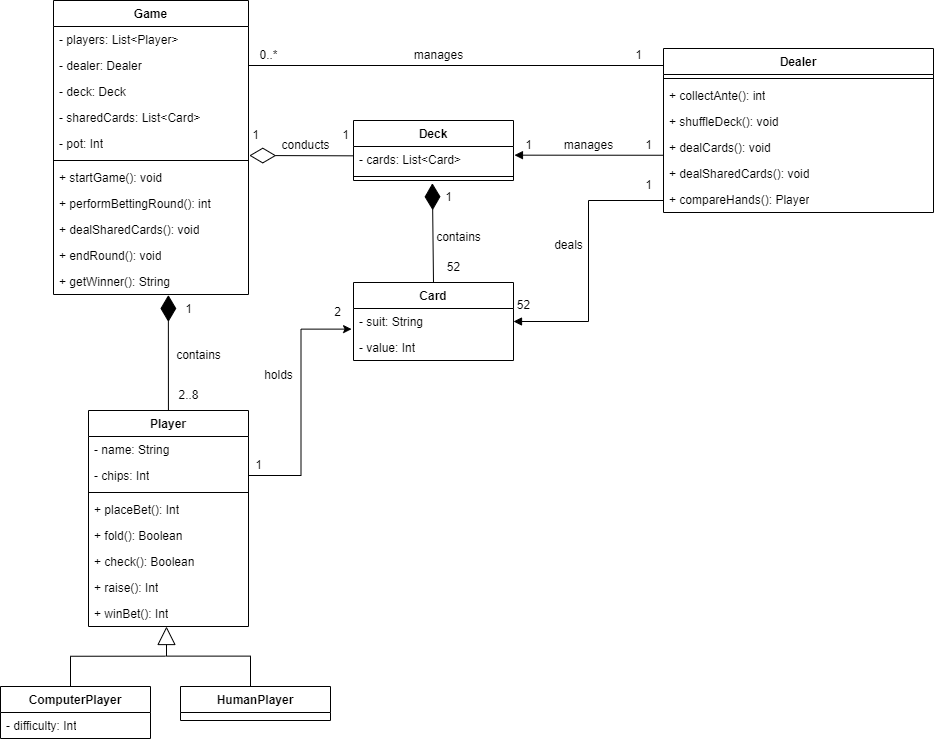
The draw.io diagram Texas.drawio.png in LarryChenCode/IS7020_diagrams, before a commit. Source tidied: cells renumbered, new cells last; positions are measured from the earlier drawing's top-left corner, leaving out a move shared by most shapes.
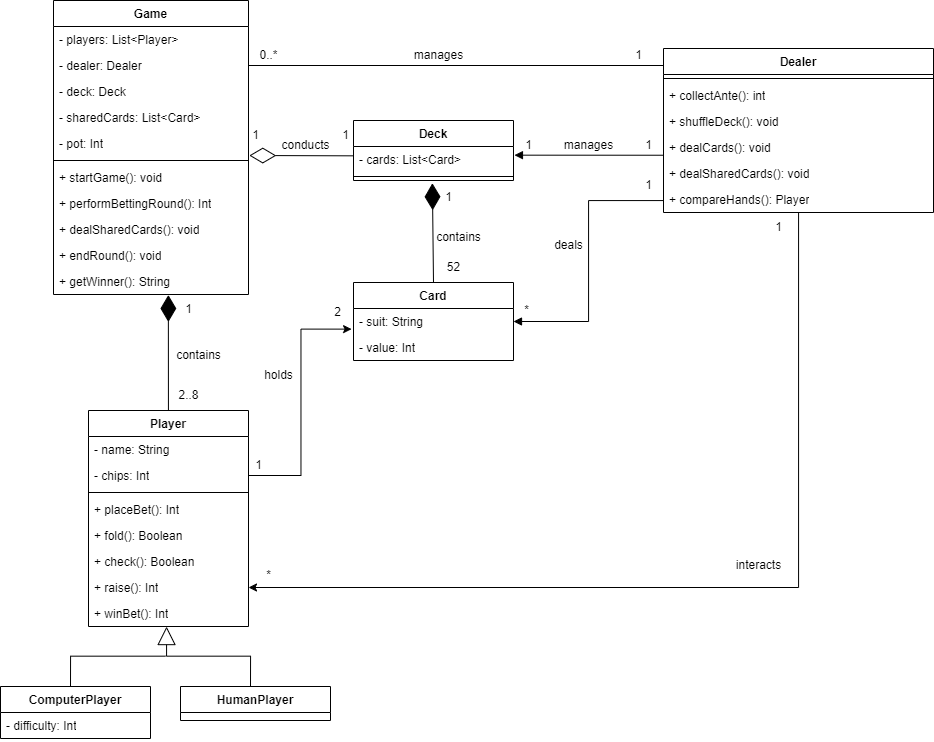
The same file after the commit.

Change to the diagram source:
```diff
@@ -71,7 +71,7 @@
     <mxCell id="24" value="+ startGame(): void" style="text;strokeColor=none;fillColor=none;align=left;verticalAlign=top;spacingLeft=4;spacingRight=4;overflow=hidden;whiteSpace=wrap;html=1;" parent="17" vertex="1">
       <mxGeometry y="164" width="195" height="26" as="geometry" />
     </mxCell>
-    <mxCell id="25" value="+ performBettingRound(): int" style="text;strokeColor=none;fillColor=none;align=left;verticalAlign=top;spacingLeft=4;spacingRight=4;overflow=hidden;whiteSpace=wrap;html=1;" parent="17" vertex="1">
+    <mxCell id="25" value="+ performBettingRound(): Int" style="text;strokeColor=none;fillColor=none;align=left;verticalAlign=top;spacingLeft=4;spacingRight=4;overflow=hidden;whiteSpace=wrap;html=1;" parent="17" vertex="1">
       <mxGeometry y="190" width="195" height="26" as="geometry" />
     </mxCell>
     <mxCell id="26" value="+ dealSharedCards(): void" style="text;strokeColor=none;fillColor=none;align=left;verticalAlign=top;spacingLeft=4;spacingRight=4;overflow=hidden;whiteSpace=wrap;html=1;" parent="17" vertex="1">
@@ -92,6 +92,9 @@
     <mxCell id="31" value="HumanPlayer" style="swimlane;fontStyle=1;align=center;verticalAlign=top;horizontal=1;startSize=26;whiteSpace=wrap;html=1;" parent="1" vertex="1">
       <mxGeometry x="180" y="686" width="150" height="34" as="geometry" />
     </mxCell>
+    <mxCell id="69" style="edgeStyle=orthogonalEdgeStyle;rounded=0;jettySize=auto;html=1;entryX=1;entryY=0.5;entryDx=0;entryDy=0;" parent="1" edge="1" source="32" target="9">
+      <mxGeometry relative="1" as="geometry" />
+    </mxCell>
     <mxCell id="32" value="Dealer" style="swimlane;fontStyle=1;align=center;verticalAlign=top;horizontal=1;startSize=26;whiteSpace=wrap;html=1;" parent="1" vertex="1">
       <mxGeometry x="663" y="48" width="270" height="164" as="geometry" />
     </mxCell>
@@ -179,8 +182,8 @@
     <mxCell id="51" value="1" style="text;html=1;align=center;verticalAlign=middle;strokeColor=none;fillColor=none;" parent="1" vertex="1">
       <mxGeometry x="633" y="170" width="30" height="30" as="geometry" />
     </mxCell>
-    <mxCell id="52" value="52" style="text;html=1;align=center;verticalAlign=middle;strokeColor=none;fillColor=none;" parent="1" vertex="1">
-      <mxGeometry x="503" y="290" width="40" height="30" as="geometry" />
+    <mxCell id="52" value="*" style="text;html=1;align=center;verticalAlign=middle;strokeColor=none;fillColor=none;" parent="1" vertex="1">
+      <mxGeometry x="511" y="295" width="30" height="30" as="geometry" />
     </mxCell>
     <mxCell id="53" style="endArrow=diamondThin;endFill=1;endSize=24;html=1;rounded=0;entryX=0.589;entryY=1.019;entryDx=0;entryDy=0;entryPerimeter=0;" parent="1" edge="1" source="2" target="28">
       <mxGeometry relative="1" as="geometry" />
@@ -236,5 +239,14 @@
     <mxCell id="68" value="manages" style="text;html=1;align=center;verticalAlign=middle;strokeColor=none;fillColor=none;" parent="1" vertex="1">
       <mxGeometry x="403" y="40" width="70" height="30" as="geometry" />
     </mxCell>
+    <mxCell id="70" value="interacts" style="text;html=1;align=center;verticalAlign=middle;strokeColor=none;fillColor=none;" parent="1" vertex="1">
+      <mxGeometry x="723" y="550" width="70" height="30" as="geometry" />
+    </mxCell>
+    <mxCell id="71" value="1" style="text;html=1;align=center;verticalAlign=middle;strokeColor=none;fillColor=none;" parent="1" vertex="1">
+      <mxGeometry x="763" y="212" width="30" height="30" as="geometry" />
+    </mxCell>
+    <mxCell id="72" value="*" style="text;html=1;align=center;verticalAlign=middle;strokeColor=none;fillColor=none;" parent="1" vertex="1">
+      <mxGeometry x="253" y="560" width="30" height="30" as="geometry" />
+    </mxCell>
   </root>
 </mxGraphModel>
```
